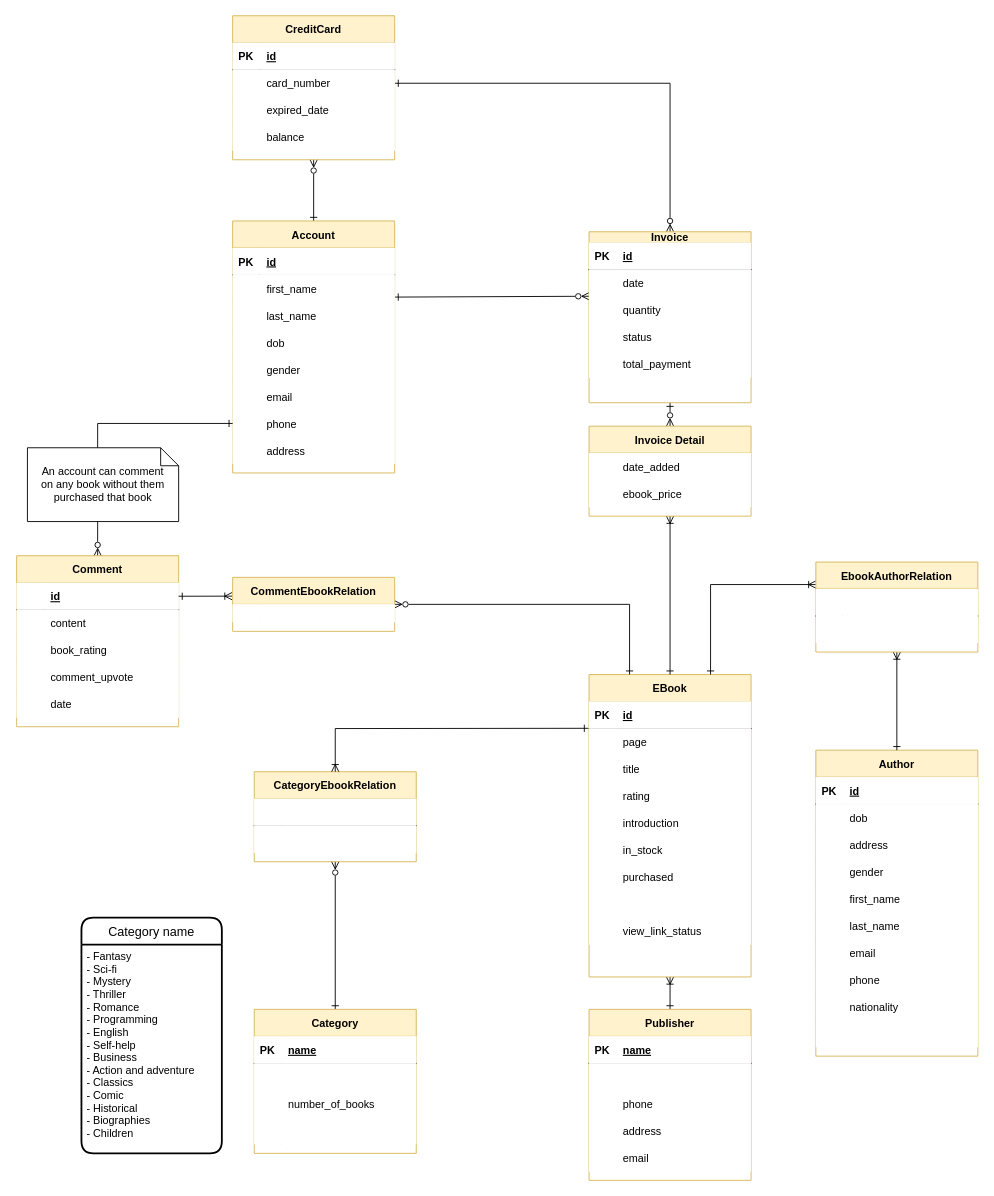
Earlier version of the draw.io diagram SourceCode/Postgres/Query/ERD/Drawio/SellingBookOnline.drawio (TongVu/Axon). Source tidied: cells renumbered, new cells numbered last; positions are measured from the earlier drawing's top-left corner, leaving out a move shared by most shapes. Both pictures are drawn from the tidied source at 90%, with x=0, y=0 at pixel (16, 15).
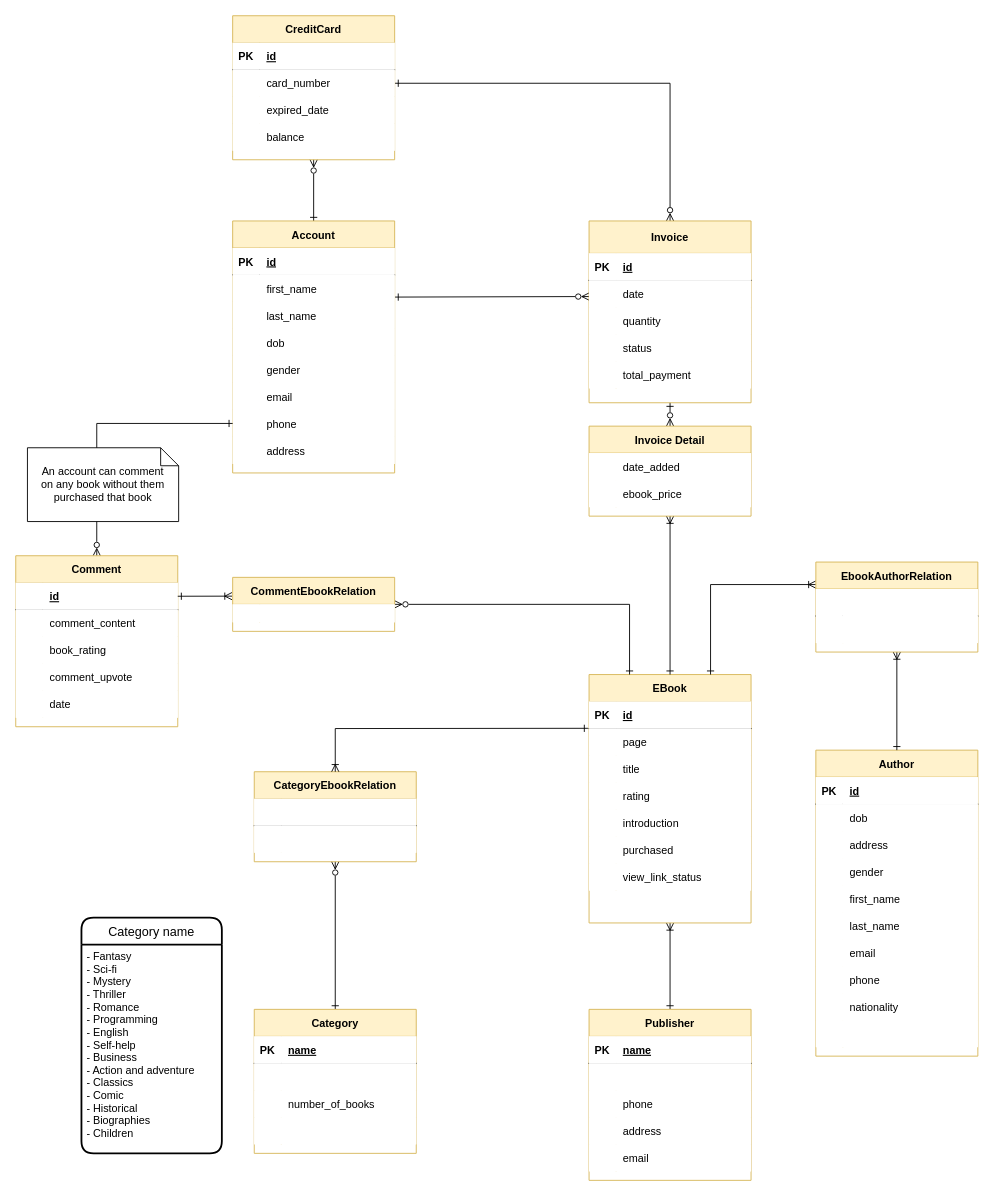
Above is the later version.

The change refers to these unchanged cells:
```xml
<mxCell id="37" style="shape=tableRow;horizontal=0;startSize=0;swimlaneHead=0;swimlaneBody=0;points=[[0,0.5],[1,0.5]];portConstraint=eastwest;top=0;left=0;right=0;bottom=0;" parent="33" vertex="1">
  <mxGeometry y="60" width="180" height="30" as="geometry" />
</mxCell>
<mxCell id="187" style="shape=tableRow;horizontal=0;startSize=0;swimlaneHead=0;swimlaneBody=0;top=0;left=0;right=0;bottom=0;" parent="183" vertex="1">
  <mxGeometry y="60" width="180" height="30" as="geometry" />
</mxCell>
```

Change to the diagram source:
```diff
@@
     <mxCell id="3" value="EBook" style="shape=table;startSize=30;childLayout=tableLayout;rowLines=0;fontStyle=1;align=center;fillColor=#fff2cc;strokeColor=#d6b656;" parent="1" vertex="1">
-      <mxGeometry x="636" y="732" width="180" height="336" as="geometry" />
+      <mxGeometry x="636" y="732" width="180" height="276" as="geometry" />
     </mxCell>
@@
-    <mxCell id="19" style="shape=tableRow;horizontal=0;startSize=0;swimlaneHead=0;swimlaneBody=0;top=0;left=0;right=0;bottom=0;" parent="3" vertex="1">
-      <mxGeometry y="180" width="180" height="30" as="geometry" />
-    </mxCell>
-    <mxCell id="20" style="shape=partialRectangle;top=0;left=0;bottom=0;right=0;overflow=hidden;" parent="19" vertex="1">
-      <mxGeometry width="30" height="30" as="geometry" />
-    </mxCell>
-    <mxCell id="21" value="in_stock" style="shape=partialRectangle;top=0;left=0;bottom=0;right=0;align=left;spacingLeft=6;overflow=hidden;" parent="19" vertex="1">
-      <mxGeometry x="30" width="150" height="30" as="geometry" />
-    </mxCell>
     <mxCell id="22" style="shape=tableRow;horizontal=0;startSize=0;swimlaneHead=0;swimlaneBody=0;top=0;left=0;right=0;bottom=0;" parent="3" vertex="1">
-      <mxGeometry y="210" width="180" height="30" as="geometry" />
+      <mxGeometry y="180" width="180" height="30" as="geometry" />
     </mxCell>
@@
-    <mxCell id="25" style="shape=tableRow;horizontal=0;startSize=0;swimlaneHead=0;swimlaneBody=0;top=0;left=0;right=0;bottom=0;" parent="3" vertex="1">
-      <mxGeometry y="240" width="180" height="30" as="geometry" />
-    </mxCell>
-    <mxCell id="26" style="shape=partialRectangle;top=0;left=0;bottom=0;right=0;overflow=hidden;" parent="25" vertex="1">
-      <mxGeometry width="30" height="30" as="geometry" />
-    </mxCell>
-    <mxCell id="27" style="shape=partialRectangle;top=0;left=0;bottom=0;right=0;align=left;spacingLeft=6;overflow=hidden;" parent="25" vertex="1">
-      <mxGeometry x="30" width="150" height="30" as="geometry" />
-    </mxCell>
     <mxCell id="28" style="shape=tableRow;horizontal=0;startSize=0;swimlaneHead=0;swimlaneBody=0;top=0;left=0;right=0;bottom=0;" parent="3" vertex="1">
-      <mxGeometry y="270" width="180" height="30" as="geometry" />
+      <mxGeometry y="210" width="180" height="30" as="geometry" />
     </mxCell>
@@
-    <mxCell id="31" style="edgeStyle=none;rounded=0;jettySize=auto;html=1;exitX=1;exitY=0.82;exitDx=0;exitDy=0;entryX=0;entryY=-0.011;entryDx=0;entryDy=0;entryPerimeter=0;startArrow=ERone;startFill=0;endArrow=ERzeroToMany;endFill=0;exitPerimeter=0;" parent="1" edge="1" source="37" target="98">
+    <mxCell id="31" style="edgeStyle=none;rounded=0;jettySize=auto;html=1;exitX=1;exitY=0.82;exitDx=0;exitDy=0;entryX=0;entryY=0.6;entryDx=0;entryDy=0;startArrow=ERone;startFill=0;endArrow=ERzeroToMany;endFill=0;exitPerimeter=0;entryPerimeter=0;" parent="1" edge="1" source="37" target="95">
       <mxGeometry relative="1" as="geometry" />
     </mxCell>
@@
-    <mxCell id="91" value="Invoice" style="shape=table;startSize=12;childLayout=tableLayout;rowLines=0;fontStyle=1;align=center;fillColor=#fff2cc;strokeColor=#d6b656;" parent="1" vertex="1">
-      <mxGeometry x="636" y="240" width="180" height="190" as="geometry" />
+    <mxCell id="91" value="Invoice" style="shape=table;startSize=36;childLayout=tableLayout;rowLines=0;fontStyle=1;align=center;fillColor=#fff2cc;strokeColor=#d6b656;" parent="1" vertex="1">
+      <mxGeometry x="636" y="228" width="180" height="202" as="geometry" />
     </mxCell>
     <mxCell id="92" style="shape=tableRow;horizontal=0;startSize=0;swimlaneHead=0;swimlaneBody=0;top=0;left=0;right=0;bottom=1;" parent="91" vertex="1">
-      <mxGeometry y="12" width="180" height="30" as="geometry" />
+      <mxGeometry y="36" width="180" height="30" as="geometry" />
     </mxCell>
@@
     <mxCell id="95" style="shape=tableRow;horizontal=0;startSize=0;swimlaneHead=0;swimlaneBody=0;points=[[0,0.5],[1,0.5]];portConstraint=eastwest;top=0;left=0;right=0;bottom=0;" parent="91" vertex="1">
-      <mxGeometry y="42" width="180" height="30" as="geometry" />
+      <mxGeometry y="66" width="180" height="30" as="geometry" />
     </mxCell>
@@
     <mxCell id="98" style="shape=tableRow;horizontal=0;startSize=0;swimlaneHead=0;swimlaneBody=0;points=[[0,0.5],[1,0.5]];portConstraint=eastwest;top=0;left=0;right=0;bottom=0;" parent="91" vertex="1">
-      <mxGeometry y="72" width="180" height="30" as="geometry" />
+      <mxGeometry y="96" width="180" height="30" as="geometry" />
     </mxCell>
@@
     <mxCell id="101" style="shape=tableRow;horizontal=0;startSize=0;swimlaneHead=0;swimlaneBody=0;top=0;left=0;right=0;bottom=0;" parent="91" vertex="1">
-      <mxGeometry y="102" width="180" height="30" as="geometry" />
+      <mxGeometry y="126" width="180" height="30" as="geometry" />
     </mxCell>
@@
     <mxCell id="104" style="shape=tableRow;horizontal=0;startSize=0;swimlaneHead=0;swimlaneBody=0;top=0;left=0;right=0;bottom=0;" parent="91" vertex="1">
-      <mxGeometry y="132" width="180" height="30" as="geometry" />
+      <mxGeometry y="156" width="180" height="30" as="geometry" />
     </mxCell>
@@
     <mxCell id="183" value="Comment" style="shape=table;startSize=30;childLayout=tableLayout;rowLines=0;fontStyle=1;align=center;fillColor=#fff2cc;strokeColor=#d6b656;" parent="1" vertex="1">
-      <mxGeometry y="600" width="180" height="190" as="geometry" />
+      <mxGeometry x="-1" y="600" width="180" height="190" as="geometry" />
     </mxCell>
@@
-    <mxCell id="189" value="content" style="shape=partialRectangle;top=0;left=0;bottom=0;right=0;align=left;spacingLeft=6;overflow=hidden;" parent="187" vertex="1">
+    <mxCell id="189" value="comment_content" style="shape=partialRectangle;top=0;left=0;bottom=0;right=0;align=left;spacingLeft=6;overflow=hidden;" parent="187" vertex="1">
       <mxGeometry x="30" width="150" height="30" as="geometry" />
     </mxCell>
```
